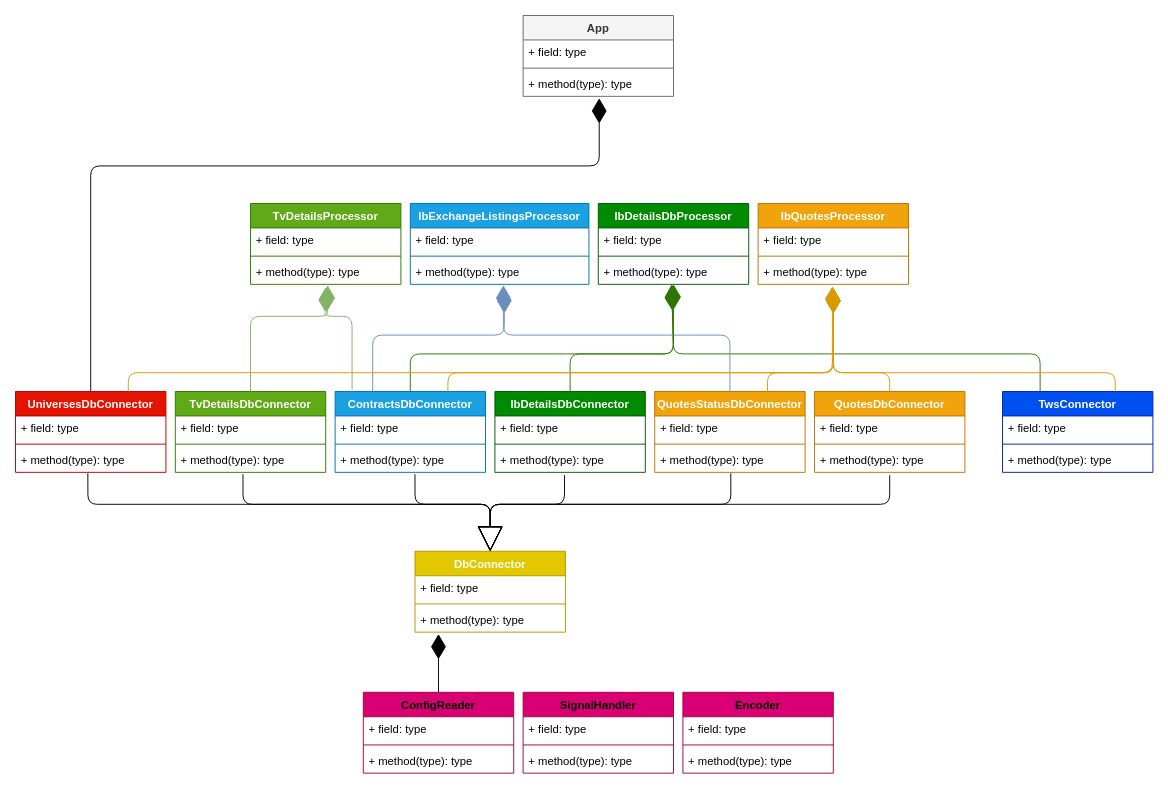
Before: archive/class_diagram/barbucket_class_diagram.drawio in webclinic017/barbucket, a draw.io diagram. Source tidied: cells renumbered, new cells numbered last; positions are measured from the earlier drawing's top-left corner, leaving out a move shared by most shapes. Both pictures are drawn from the tidied source at 94%, with x=0, y=0 at pixel (15, 15).
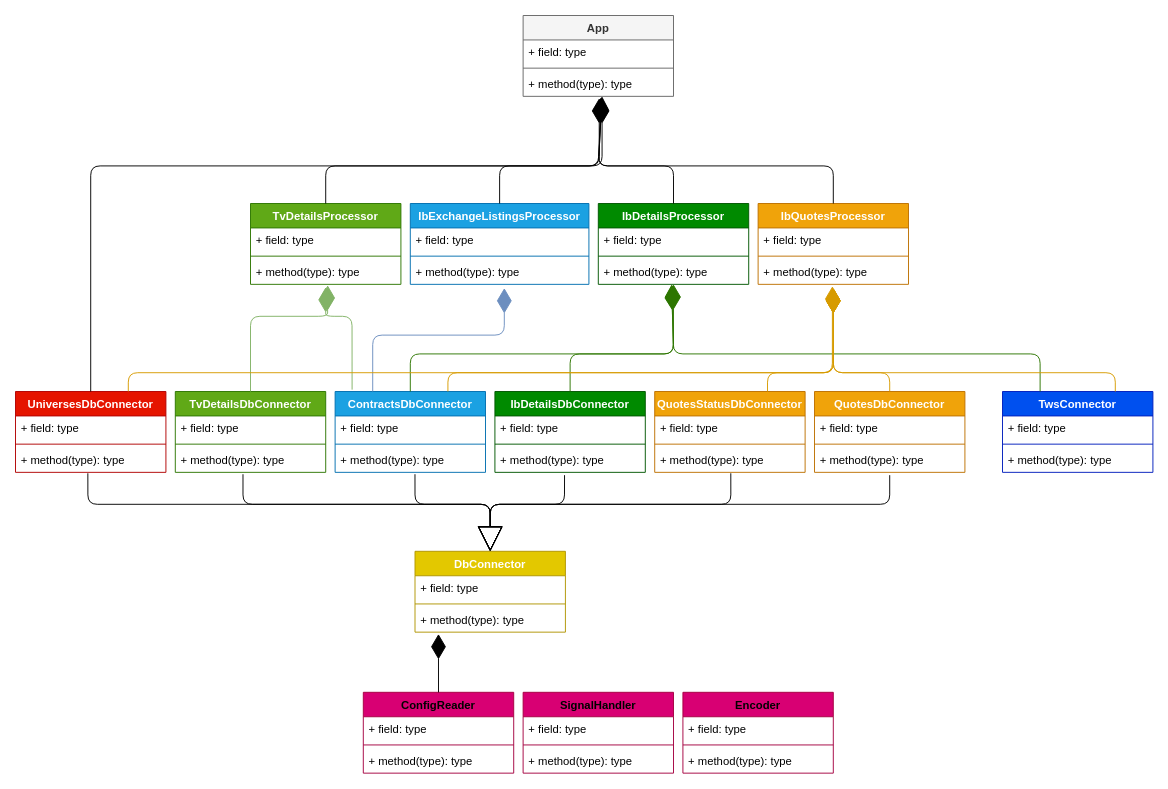
The same page after the edit.

Commit message:
updated class diagram

Unchanged cells that the change refers to:
```xml
<mxCell id="14" value="IbExchangeListingsProcessor" style="swimlane;fontStyle=1;align=center;verticalAlign=top;horizontal=1;startSize=26;fillColor=#1ba1e2;strokeColor=#006EAF;fontColor=#ffffff;" parent="1" vertex="1">
  <mxGeometry x="420" y="200" width="190" height="86" as="geometry" />
</mxCell>
<mxCell id="17" value="+ method(type): type" style="text;strokeColor=none;fillColor=none;align=left;verticalAlign=top;spacingLeft=4;spacingRight=4;overflow=hidden;points=[[0,0.5],[1,0.5]];portConstraint=eastwest;" parent="14" vertex="1">
  <mxGeometry y="60" width="190" height="26" as="geometry" />
</mxCell>
<mxCell id="18" value="QuotesStatusDbConnector" style="swimlane;fontStyle=1;align=center;verticalAlign=top;horizontal=1;startSize=26;fillColor=#f0a30a;strokeColor=#BD7000;fontColor=#ffffff;" parent="1" vertex="1">
  <mxGeometry x="680" y="400" width="160" height="86" as="geometry" />
</mxCell>
<mxCell id="26" value="TvDetailsProcessor" style="swimlane;fontStyle=1;align=center;verticalAlign=top;horizontal=1;startSize=26;fillColor=#60a917;strokeColor=#2D7600;fontColor=#ffffff;" parent="1" vertex="1">
  <mxGeometry x="250" y="200" width="160" height="86" as="geometry" />
</mxCell>
<mxCell id="37" value="+ method(type): type" style="text;strokeColor=none;fillColor=none;align=left;verticalAlign=top;spacingLeft=4;spacingRight=4;overflow=hidden;points=[[0,0.5],[1,0.5]];portConstraint=eastwest;" parent="34" vertex="1">
  <mxGeometry y="60" width="160" height="26" as="geometry" />
</mxCell>
<mxCell id="62" value="IbQuotesProcessor" style="swimlane;fontStyle=1;align=center;verticalAlign=top;horizontal=1;startSize=26;fillColor=#f0a30a;strokeColor=#BD7000;fontColor=#ffffff;" parent="1" vertex="1">
  <mxGeometry x="790" y="200" width="160" height="86" as="geometry" />
</mxCell>
```

What changed in the source:
```diff
@@
-    <mxCell id="50" value="IbDetailsDbProcessor" style="swimlane;fontStyle=1;align=center;verticalAlign=top;horizontal=1;startSize=26;fillColor=#008a00;strokeColor=#005700;fontColor=#ffffff;" parent="1" vertex="1">
+    <mxCell id="50" value="IbDetailsProcessor" style="swimlane;fontStyle=1;align=center;verticalAlign=top;horizontal=1;startSize=26;fillColor=#008a00;strokeColor=#005700;fontColor=#ffffff;" parent="1" vertex="1">
       <mxGeometry x="620" y="200" width="160" height="86" as="geometry" />
     </mxCell>
@@
-    <mxCell id="73" style="endArrow=diamondThin;endFill=1;endSize=24;html=1;entryX=0.521;entryY=1.038;entryDx=0;entryDy=0;entryPerimeter=0;exitX=0.5;exitY=0;exitDx=0;exitDy=0;fillColor=#dae8fc;strokeColor=#6c8ebf;" parent="1" edge="1" source="18" target="17">
-      <mxGeometry relative="1" as="geometry">
-        <Array as="points">
-          <mxPoint x="760" y="340" />
-          <mxPoint x="519" y="340" />
-        </Array>
-      </mxGeometry>
-    </mxCell>
@@
+    <mxCell id="86" style="endArrow=diamondThin;endFill=1;endSize=24;html=1;entryX=0.525;entryY=1.077;entryDx=0;entryDy=0;entryPerimeter=0;exitX=0.5;exitY=0;exitDx=0;exitDy=0;" parent="1" edge="1" source="26" target="37">
+      <mxGeometry relative="1" as="geometry">
+        <Array as="points">
+          <mxPoint x="330" y="160" />
+          <mxPoint x="624" y="160" />
+        </Array>
+      </mxGeometry>
+    </mxCell>
+    <mxCell id="87" style="endArrow=diamondThin;endFill=1;endSize=24;html=1;entryX=0.519;entryY=1.038;entryDx=0;entryDy=0;entryPerimeter=0;exitX=0.5;exitY=0;exitDx=0;exitDy=0;" parent="1" edge="1" source="14" target="37">
+      <mxGeometry relative="1" as="geometry">
+        <Array as="points">
+          <mxPoint x="515" y="160" />
+          <mxPoint x="620" y="160" />
+        </Array>
+      </mxGeometry>
+    </mxCell>
+    <mxCell id="88" style="endArrow=diamondThin;endFill=1;endSize=24;html=1;entryX=0.525;entryY=1;entryDx=0;entryDy=0;entryPerimeter=0;exitX=0.5;exitY=0;exitDx=0;exitDy=0;" parent="1" edge="1" source="50" target="37">
+      <mxGeometry relative="1" as="geometry">
+        <Array as="points">
+          <mxPoint x="700" y="160" />
+          <mxPoint x="620" y="160" />
+        </Array>
+      </mxGeometry>
+    </mxCell>
+    <mxCell id="89" style="endArrow=diamondThin;endFill=1;endSize=24;html=1;entryX=0.525;entryY=1.077;entryDx=0;entryDy=0;entryPerimeter=0;exitX=0.5;exitY=0;exitDx=0;exitDy=0;" parent="1" edge="1" source="62" target="37">
+      <mxGeometry relative="1" as="geometry">
+        <Array as="points">
+          <mxPoint x="870" y="160" />
+          <mxPoint x="620" y="160" />
+        </Array>
+      </mxGeometry>
+    </mxCell>
```
